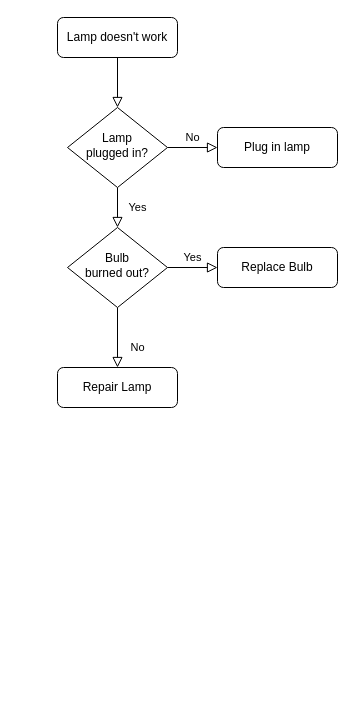
The draw.io diagram Untitled Diagram.drawio in wilesanGH/bookfile, before the edit. Source tidied: cells renumbered, new cells numbered last; positions are measured from the earlier drawing's top-left corner, leaving out a move shared by most shapes. Both pictures are drawn from the tidied source at 100%, with x=0, y=0 at pixel (57, 17).
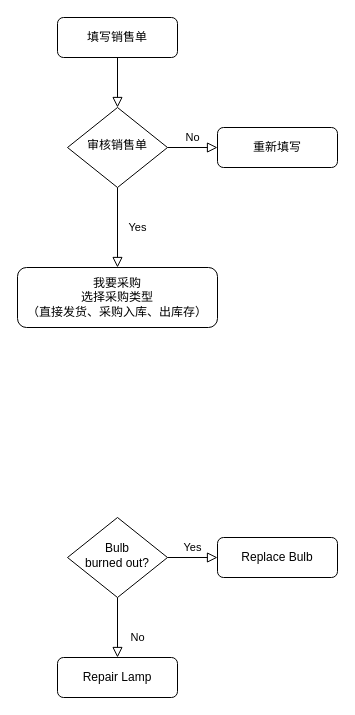
After the change.

Change to the diagram source:
```diff
@@
 <mxGraphModel>
   <root>
     <mxCell id="0" />
     <mxCell id="1" parent="0" />
     <mxCell id="2" style="rounded=0;html=1;jettySize=auto;fontSize=11;endArrow=block;endFill=0;endSize=8;strokeWidth=1;shadow=0;labelBackgroundColor=none;edgeStyle=orthogonalEdgeStyle;" parent="1" edge="1" source="3" target="6">
       <mxGeometry relative="1" as="geometry" />
     </mxCell>
-    <mxCell id="3" value="Lamp doesn't work" style="rounded=1;whiteSpace=wrap;html=1;fontSize=12;glass=0;strokeWidth=1;shadow=0;" parent="1" vertex="1">
+    <mxCell id="3" value="填写销售单" style="rounded=1;whiteSpace=wrap;html=1;fontSize=12;glass=0;strokeWidth=1;shadow=0;" parent="1" vertex="1">
       <mxGeometry width="120" height="40" as="geometry" />
     </mxCell>
-    <mxCell id="4" value="Yes" style="rounded=0;html=1;jettySize=auto;fontSize=11;endArrow=block;endFill=0;endSize=8;strokeWidth=1;shadow=0;labelBackgroundColor=none;edgeStyle=orthogonalEdgeStyle;" parent="1" edge="1" source="6" target="10">
+    <mxCell id="4" value="Yes" style="rounded=0;html=1;jettySize=auto;fontSize=11;endArrow=block;endFill=0;endSize=8;strokeWidth=1;shadow=0;labelBackgroundColor=none;edgeStyle=orthogonalEdgeStyle;entryX=0.5;entryY=0;entryDx=0;entryDy=0;" parent="1" edge="1" source="6" target="13">
       <mxGeometry y="20" relative="1" as="geometry" />
     </mxCell>
     <mxCell id="5" value="No" style="edgeStyle=orthogonalEdgeStyle;rounded=0;html=1;jettySize=auto;fontSize=11;endArrow=block;endFill=0;endSize=8;strokeWidth=1;shadow=0;labelBackgroundColor=none;" parent="1" edge="1" source="6" target="7">
       <mxGeometry y="10" relative="1" as="geometry" />
     </mxCell>
-    <mxCell id="6" value="Lamp&lt;br&gt;plugged in?" style="rhombus;whiteSpace=wrap;html=1;shadow=0;fontFamily=Helvetica;fontSize=12;align=center;strokeWidth=1;spacing=6;spacingTop=-4;" parent="1" vertex="1">
+    <mxCell id="6" value="审核销售单" style="rhombus;whiteSpace=wrap;html=1;shadow=0;fontFamily=Helvetica;fontSize=12;align=center;strokeWidth=1;spacing=6;spacingTop=-4;" parent="1" vertex="1">
       <mxGeometry x="10" y="90" width="100" height="80" as="geometry" />
     </mxCell>
-    <mxCell id="7" value="Plug in lamp" style="rounded=1;whiteSpace=wrap;html=1;fontSize=12;glass=0;strokeWidth=1;shadow=0;" parent="1" vertex="1">
+    <mxCell id="7" value="重新填写" style="rounded=1;whiteSpace=wrap;html=1;fontSize=12;glass=0;strokeWidth=1;shadow=0;" parent="1" vertex="1">
       <mxGeometry x="160" y="110" width="120" height="40" as="geometry" />
     </mxCell>
     <mxCell id="8" value="No" style="rounded=0;html=1;jettySize=auto;fontSize=11;endArrow=block;endFill=0;endSize=8;strokeWidth=1;shadow=0;labelBackgroundColor=none;edgeStyle=orthogonalEdgeStyle;" parent="1" edge="1" source="10" target="11">
       <mxGeometry x="0.33" y="20" relative="1" as="geometry" />
     </mxCell>
     <mxCell id="9" value="Yes" style="edgeStyle=orthogonalEdgeStyle;rounded=0;html=1;jettySize=auto;fontSize=11;endArrow=block;endFill=0;endSize=8;strokeWidth=1;shadow=0;labelBackgroundColor=none;" parent="1" edge="1" source="10" target="12">
       <mxGeometry y="10" relative="1" as="geometry" />
     </mxCell>
     <mxCell id="10" value="Bulb&lt;br&gt;burned out?" style="rhombus;whiteSpace=wrap;html=1;shadow=0;fontFamily=Helvetica;fontSize=12;align=center;strokeWidth=1;spacing=6;spacingTop=-4;" parent="1" vertex="1">
-      <mxGeometry x="10" y="210" width="100" height="80" as="geometry" />
+      <mxGeometry x="10" y="500" width="100" height="80" as="geometry" />
     </mxCell>
     <mxCell id="11" value="Repair Lamp" style="rounded=1;whiteSpace=wrap;html=1;fontSize=12;glass=0;strokeWidth=1;shadow=0;" parent="1" vertex="1">
-      <mxGeometry y="350" width="120" height="40" as="geometry" />
+      <mxGeometry y="640" width="120" height="40" as="geometry" />
     </mxCell>
     <mxCell id="12" value="Replace Bulb" style="rounded=1;whiteSpace=wrap;html=1;fontSize=12;glass=0;strokeWidth=1;shadow=0;" parent="1" vertex="1">
-      <mxGeometry x="160" y="230" width="120" height="40" as="geometry" />
+      <mxGeometry x="160" y="520" width="120" height="40" as="geometry" />
     </mxCell>
+    <mxCell id="13" value="我要采购&lt;br&gt;选择采购类型&lt;br&gt;（直接发货、采购入库、出库存）" style="rounded=1;whiteSpace=wrap;html=1;" parent="1" vertex="1">
+      <mxGeometry x="-40" y="250" width="200" height="60" as="geometry" />
+    </mxCell>
   </root>
 </mxGraphModel>
```
